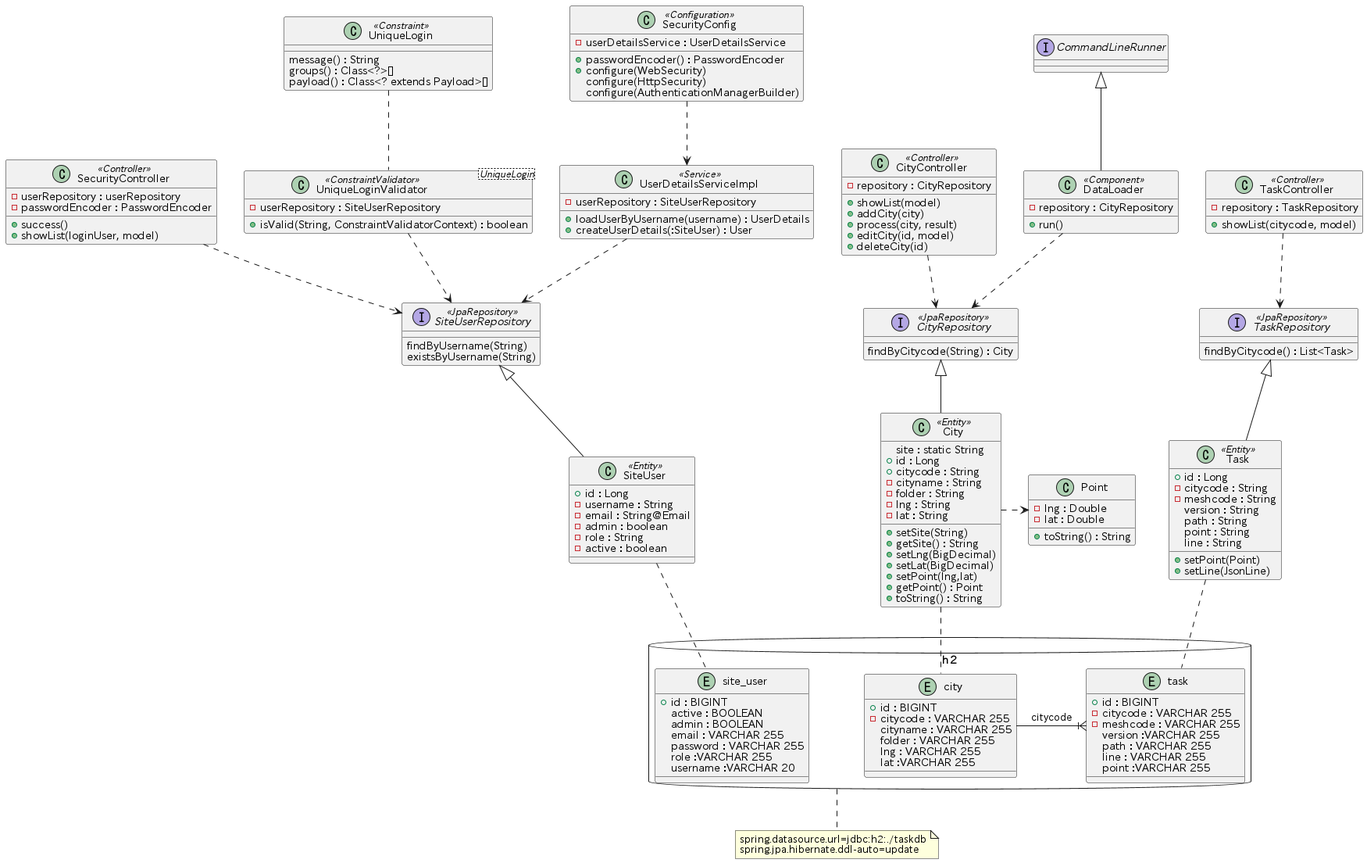
The PlantUML diagram class.png in yuuhayashi/task-bldg, before a commit.
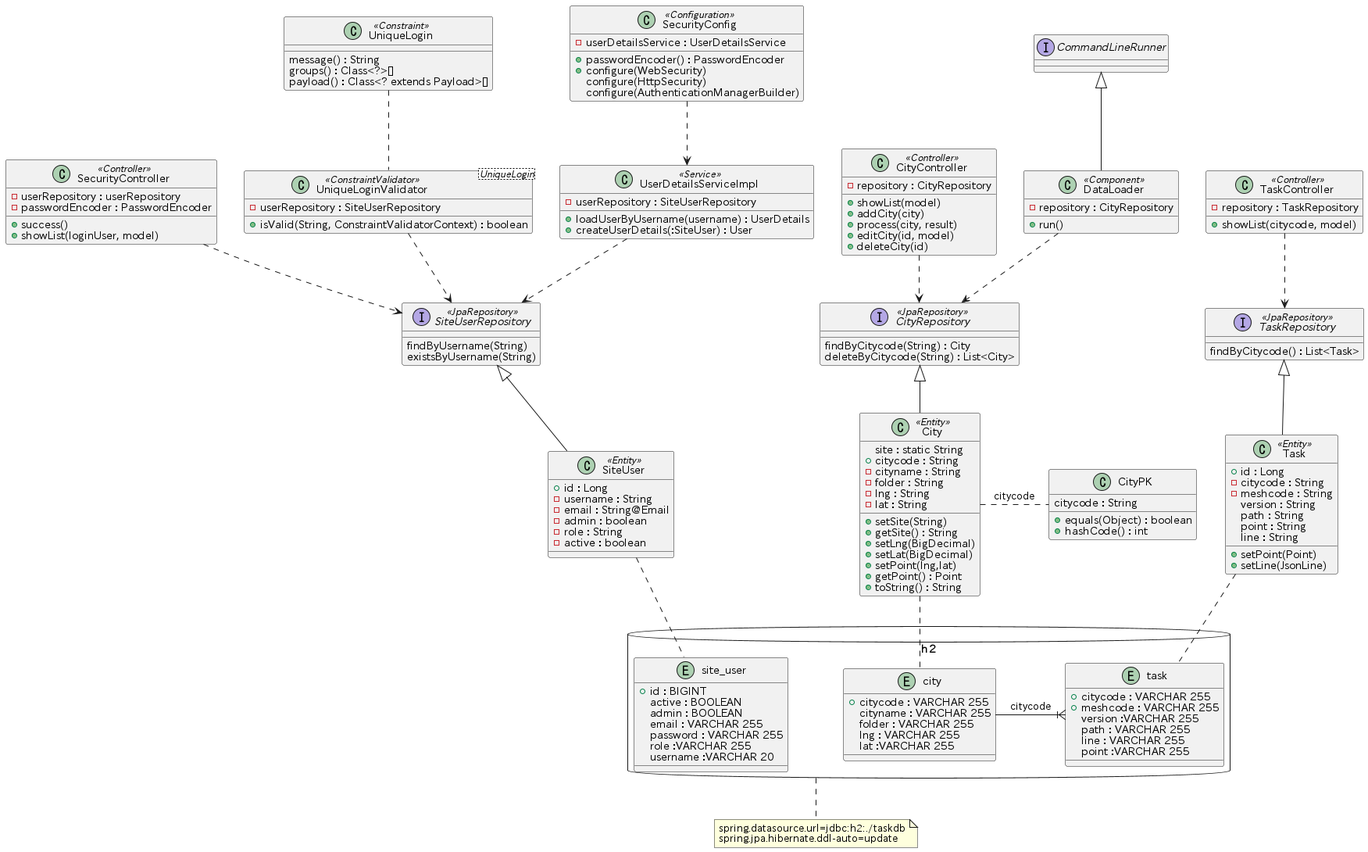
Above is the later version.

The edit, as a diff of the source:
```diff
@@ -2,8 +2,7 @@
 
 database "h2" as db {
 	entity city {
-		+ id : BIGINT
-		- citycode : VARCHAR 255
+		+ citycode : VARCHAR 255
 		cityname : VARCHAR 255
 		folder : VARCHAR 255
 		lng : VARCHAR 255
@@ -21,9 +20,8 @@
 	}
 
 	entity task {
-		+ id : BIGINT
-		- citycode : VARCHAR 255
-		- meshcode : VARCHAR 255
+		+ citycode : VARCHAR 255
+		+ meshcode : VARCHAR 255
 		version :VARCHAR 255
 		path : VARCHAR 255
 		line : VARCHAR 255
@@ -88,7 +86,6 @@
 
 class City <<Entity>> {
 	site : static String
-  + id : Long
   + citycode : String
   - cityname : String
   - folder : String
@@ -103,16 +100,17 @@
   + toString() : String
 }
 City .. city
+City . CityPK : citycode
 
-class Point {
-  - lng : Double
-  - lat : Double
-  + toString() : String
+class CityPK {
+	citycode : String
+	+ equals(Object) : boolean
+	+ hashCode() : int
 }
-City .> Point
 
 interface CityRepository <<JpaRepository>> {
 	findByCitycode(String) : City
+	deleteByCitycode(String) : List<City>
 }
 CityRepository <|-- City
 
```
